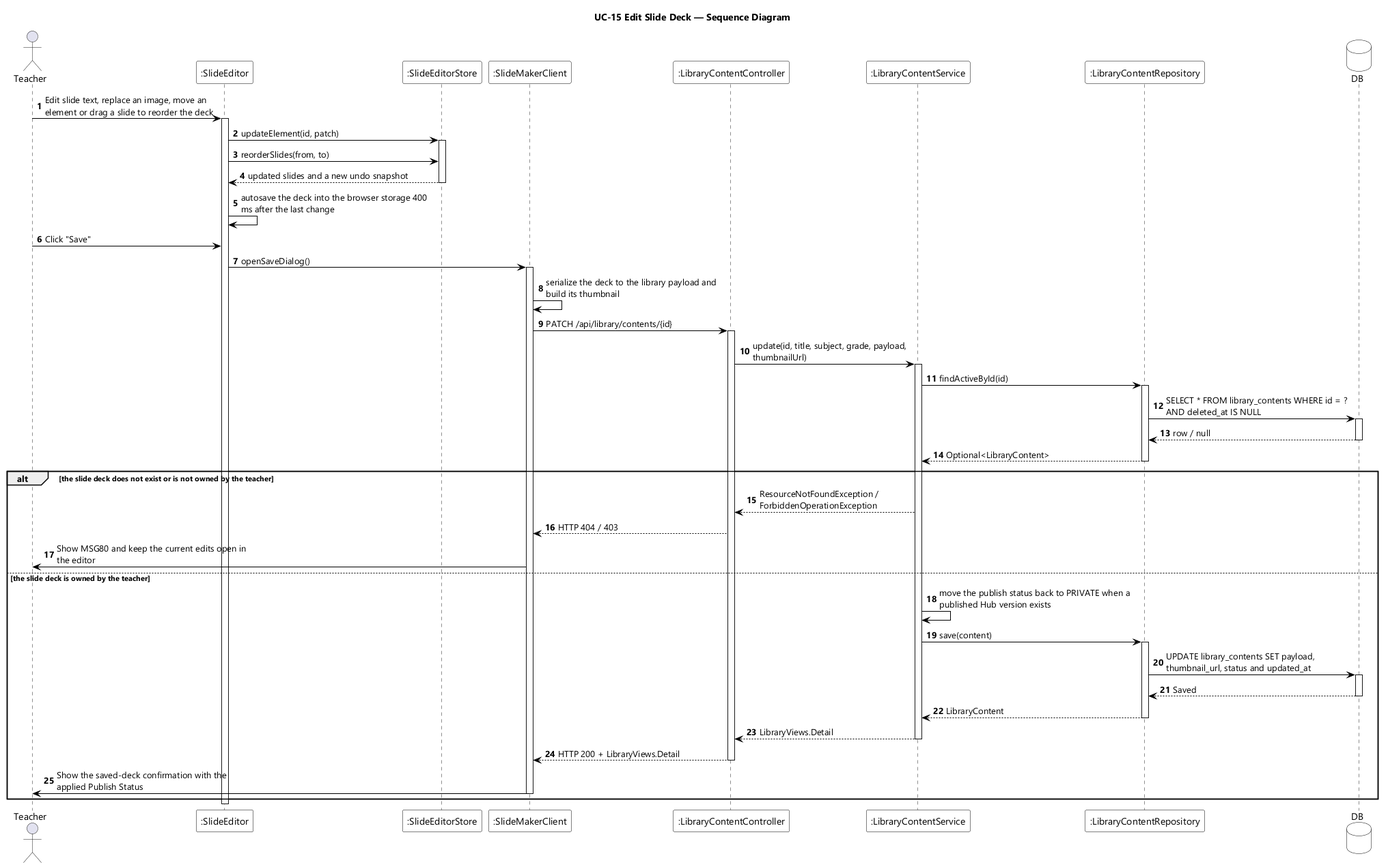
Earlier version of the PlantUML export designs/sds-diagrams/uc15/uc15-sequence-diagram.png (EduA-system/EduA-system). Source of this version:
```plantuml
@startuml UC-15 Edit Slide Deck - Sequence Diagram
skinparamlocked dpi 96
skinparam defaultFontName "Segoe UI"
skinparam shadowing false
skinparam ParticipantBackgroundColor #FFFFFF
skinparam ParticipantBorderColor #000000
skinparam DatabaseBackgroundColor #FFFFFF
skinparam DatabaseBorderColor #000000
skinparam ArrowColor #000000
skinparam sequenceMessageAlign left
skinparam maxMessageSize 280
title UC-15 Edit Slide Deck — Sequence Diagram

actor Teacher
participant ":SlideEditor" as ED
participant ":SlideEditorStore" as STORE
participant ":SlideMakerClient" as SMC
participant ":LibraryContentController" as CTL
participant ":LibraryContentService" as SVC
participant ":LibraryContentRepository" as REPO
database DB

autonumber
Teacher -> ED : Edit slide text, replace an image, move an element or drag a slide to reorder the deck
activate ED
ED -> STORE : updateElement(id, patch)
activate STORE
ED -> STORE : reorderSlides(from, to)
STORE --> ED : updated slides and a new undo snapshot
deactivate STORE
ED -> ED : autosave the deck into the browser storage 400 ms after the last change
Teacher -> ED : Click "Save"
ED -> SMC : openSaveDialog()
activate SMC
SMC -> SMC : serialize the deck to the library payload and build its thumbnail
SMC -> CTL : PATCH /api/library/contents/{id}
activate CTL
CTL -> SVC : update(id, title, subject, grade, payload, thumbnailUrl)
activate SVC
SVC -> REPO : findActiveById(id)
activate REPO
REPO -> DB : SELECT * FROM library_contents WHERE id = ? AND deleted_at IS NULL
activate DB
DB --> REPO : row / null
deactivate DB
REPO --> SVC : Optional<LibraryContent>
deactivate REPO

alt the slide deck does not exist or is not owned by the teacher
  SVC --> CTL : ResourceNotFoundException / ForbiddenOperationException
  CTL --> SMC : HTTP 404 / 403
  SMC -> Teacher : Show MSG80 and keep the current edits open in the editor
else the slide deck is owned by the teacher
  SVC -> SVC : move the publish status back to PRIVATE when a published Hub version exists
  SVC -> REPO : save(content)
  activate REPO
  REPO -> DB : UPDATE library_contents SET payload, thumbnail_url, status and updated_at
  activate DB
  DB --> REPO : Saved
  deactivate DB
  REPO --> SVC : LibraryContent
  deactivate REPO
  SVC --> CTL : LibraryViews.Detail
  deactivate SVC
  CTL --> SMC : HTTP 200 + LibraryViews.Detail
  deactivate CTL
  SMC -> Teacher : Show the saved-deck confirmation with the applied Publish Status
  deactivate SMC
end
deactivate ED
@enduml
```
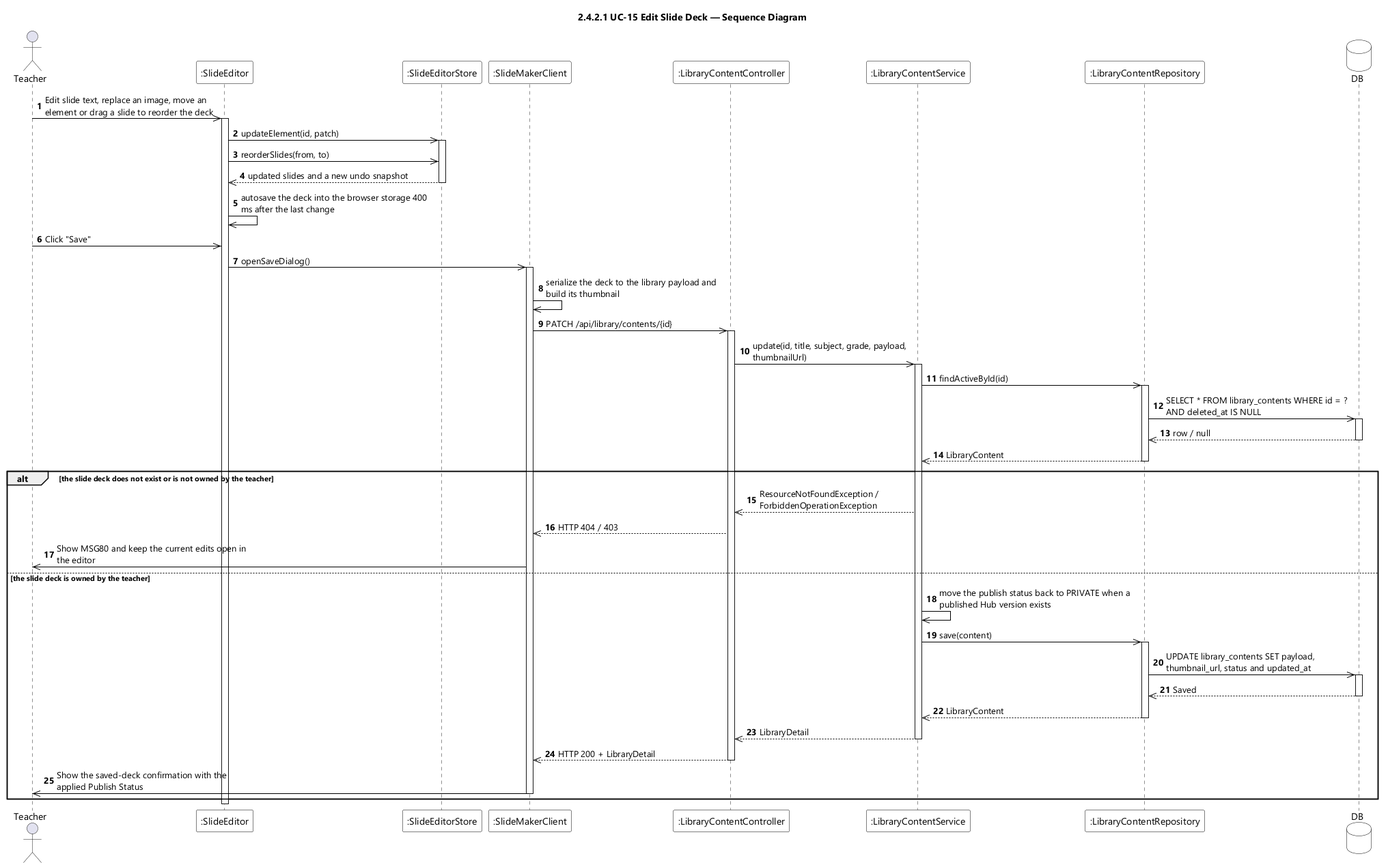
After the change.

The edit, as a diff of the source:
```diff
@@ -9,7 +9,7 @@
 skinparam ArrowColor #000000
 skinparam sequenceMessageAlign left
 skinparam maxMessageSize 280
-title UC-15 Edit Slide Deck — Sequence Diagram
+title 2.4.2.1 UC-15 Edit Slide Deck — Sequence Diagram
 
 actor Teacher
 participant ":SlideEditor" as ED
@@ -21,50 +21,50 @@
 database DB
 
 autonumber
-Teacher -> ED : Edit slide text, replace an image, move an element or drag a slide to reorder the deck
+Teacher ->> ED : Edit slide text, replace an image, move an element or drag a slide to reorder the deck
 activate ED
-ED -> STORE : updateElement(id, patch)
+ED ->> STORE : updateElement(id, patch)
 activate STORE
-ED -> STORE : reorderSlides(from, to)
-STORE --> ED : updated slides and a new undo snapshot
+ED ->> STORE : reorderSlides(from, to)
+STORE -->> ED : updated slides and a new undo snapshot
 deactivate STORE
-ED -> ED : autosave the deck into the browser storage 400 ms after the last change
-Teacher -> ED : Click "Save"
-ED -> SMC : openSaveDialog()
+ED ->> ED : autosave the deck into the browser storage 400 ms after the last change
+Teacher ->> ED : Click "Save"
+ED ->> SMC : openSaveDialog()
 activate SMC
-SMC -> SMC : serialize the deck to the library payload and build its thumbnail
-SMC -> CTL : PATCH /api/library/contents/{id}
+SMC ->> SMC : serialize the deck to the library payload and build its thumbnail
+SMC ->> CTL : PATCH /api/library/contents/{id}
 activate CTL
-CTL -> SVC : update(id, title, subject, grade, payload, thumbnailUrl)
+CTL ->> SVC : update(id, title, subject, grade, payload, thumbnailUrl)
 activate SVC
-SVC -> REPO : findActiveById(id)
+SVC ->> REPO : findActiveById(id)
 activate REPO
-REPO -> DB : SELECT * FROM library_contents WHERE id = ? AND deleted_at IS NULL
+REPO ->> DB : SELECT * FROM library_contents WHERE id = ? AND deleted_at IS NULL
 activate DB
-DB --> REPO : row / null
+DB -->> REPO : row / null
 deactivate DB
-REPO --> SVC : Optional<LibraryContent>
+REPO -->> SVC : LibraryContent
 deactivate REPO
 
 alt the slide deck does not exist or is not owned by the teacher
-  SVC --> CTL : ResourceNotFoundException / ForbiddenOperationException
-  CTL --> SMC : HTTP 404 / 403
-  SMC -> Teacher : Show MSG80 and keep the current edits open in the editor
+  SVC -->> CTL : ResourceNotFoundException / ForbiddenOperationException
+  CTL -->> SMC : HTTP 404 / 403
+  SMC ->> Teacher : Show MSG80 and keep the current edits open in the editor
 else the slide deck is owned by the teacher
-  SVC -> SVC : move the publish status back to PRIVATE when a published Hub version exists
-  SVC -> REPO : save(content)
+  SVC ->> SVC : move the publish status back to PRIVATE when a published Hub version exists
+  SVC ->> REPO : save(content)
   activate REPO
-  REPO -> DB : UPDATE library_contents SET payload, thumbnail_url, status and updated_at
+  REPO ->> DB : UPDATE library_contents SET payload, thumbnail_url, status and updated_at
   activate DB
-  DB --> REPO : Saved
+  DB -->> REPO : Saved
   deactivate DB
-  REPO --> SVC : LibraryContent
+  REPO -->> SVC : LibraryContent
   deactivate REPO
-  SVC --> CTL : LibraryViews.Detail
+  SVC -->> CTL : LibraryDetail
   deactivate SVC
-  CTL --> SMC : HTTP 200 + LibraryViews.Detail
+  CTL -->> SMC : HTTP 200 + LibraryDetail
   deactivate CTL
-  SMC -> Teacher : Show the saved-deck confirmation with the applied Publish Status
+  SMC ->> Teacher : Show the saved-deck confirmation with the applied Publish Status
   deactivate SMC
 end
 deactivate ED
```
